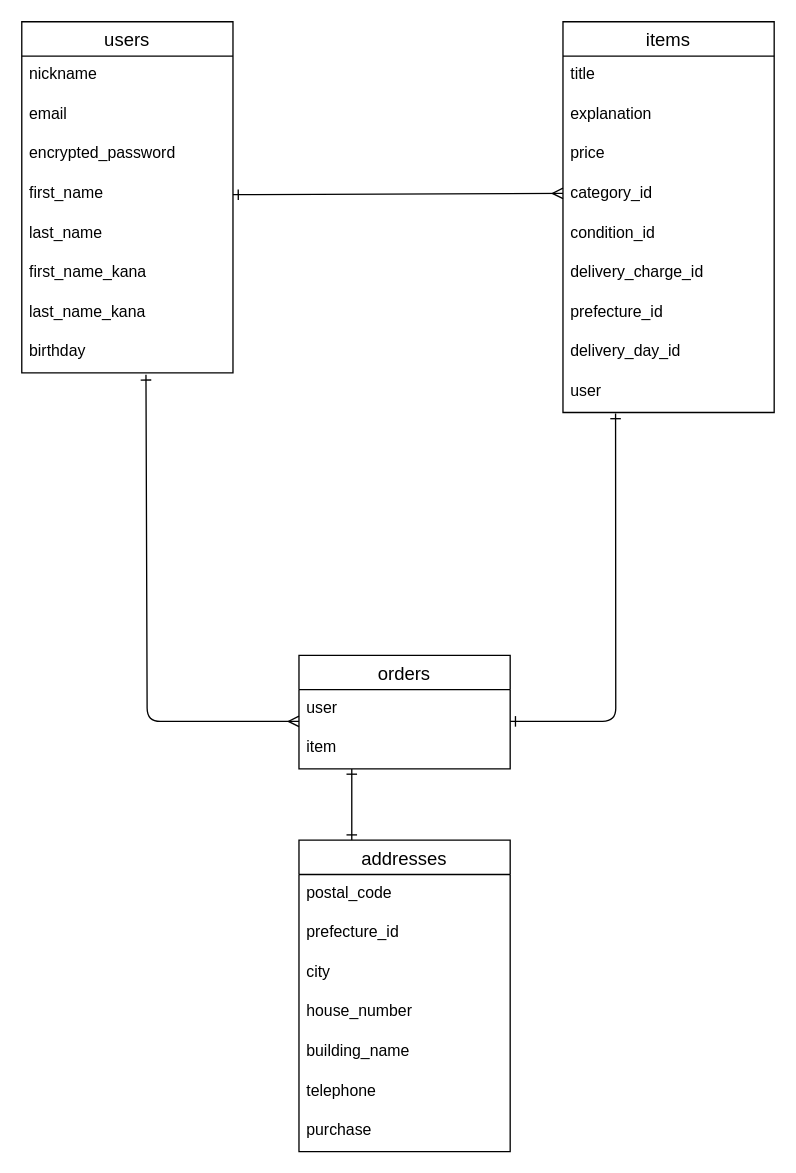
The draw.io diagram ER.dio in qirpour/furima-39018, before the edit. Source tidied: cells renumbered, new cells numbered last; positions are measured from the earlier drawing's top-left corner, leaving out a move shared by most shapes. Both pictures are drawn from the tidied source at 132%, with x=0, y=0 at pixel (21, 21).
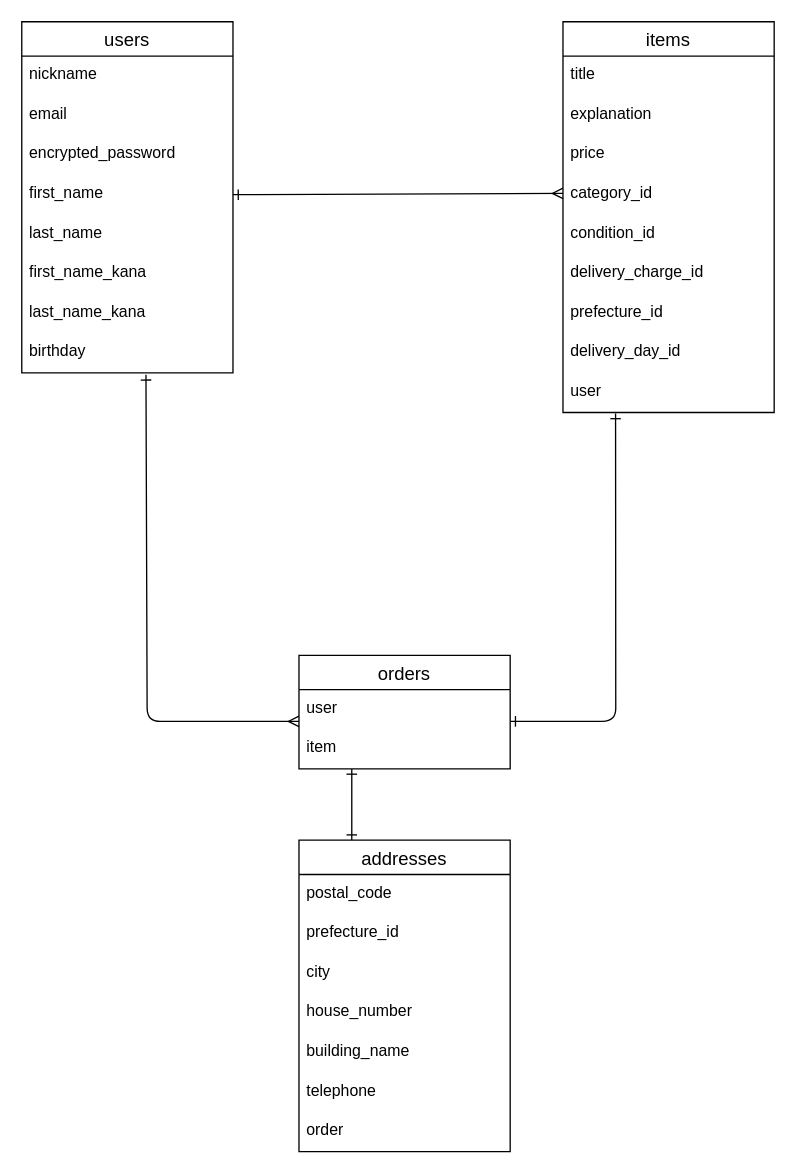
The same page after the edit.

The change refers to these unchanged cells:
```xml
<mxCell id="22" value="addresses" style="swimlane;fontStyle=0;horizontal=1;startSize=26;align=center;fontSize=14;" parent="1" vertex="1">
  <mxGeometry x="210" y="620" width="160" height="236" as="geometry" />
</mxCell>
```

What changed in the source:
```diff
@@
-    <mxCell id="29" value="purchase" style="text;strokeColor=none;fillColor=none;spacingLeft=4;spacingRight=4;overflow=hidden;fontSize=12;" parent="22" vertex="1">
+    <mxCell id="29" value="order" style="text;strokeColor=none;fillColor=none;spacingLeft=4;spacingRight=4;overflow=hidden;fontSize=12;" parent="22" vertex="1">
       <mxGeometry y="206" width="160" height="30" as="geometry" />
     </mxCell>
```
